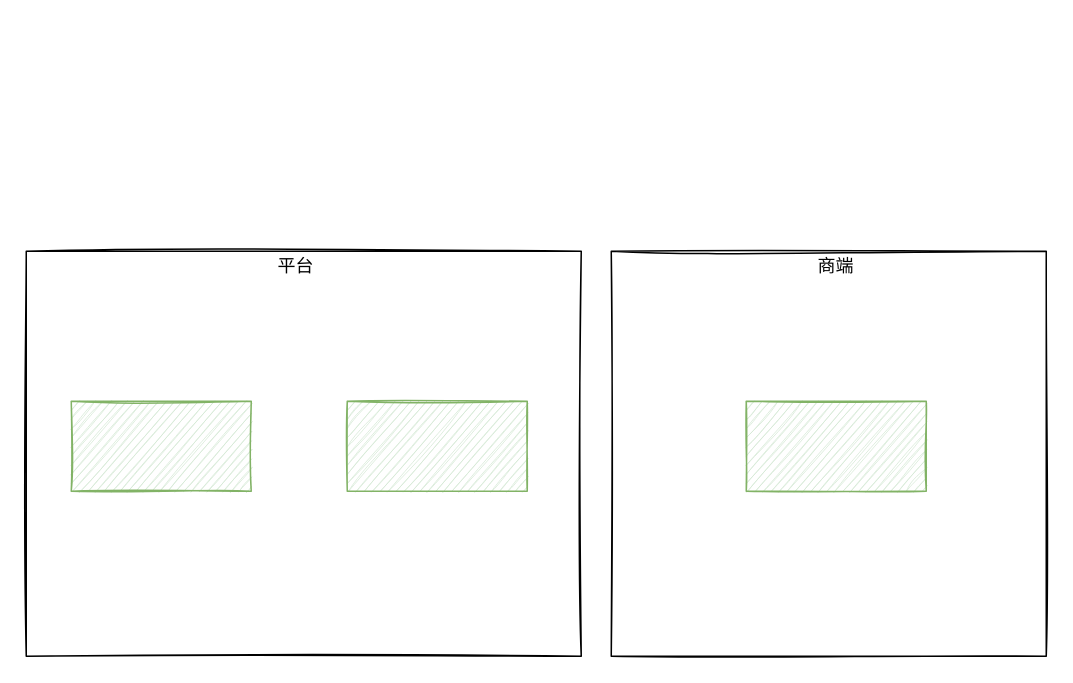
Before: page "Page-9" (9 of 9) of docs/租赁平台.drawio in lokiworks/codebase, a draw.io diagram. Source tidied: cells renumbered, new cells numbered last; positions are measured from the earlier drawing's top-left corner, leaving out a move shared by most shapes. Both pictures are drawn from the tidied source at 150%, with x=0, y=0 at pixel (26, 250).
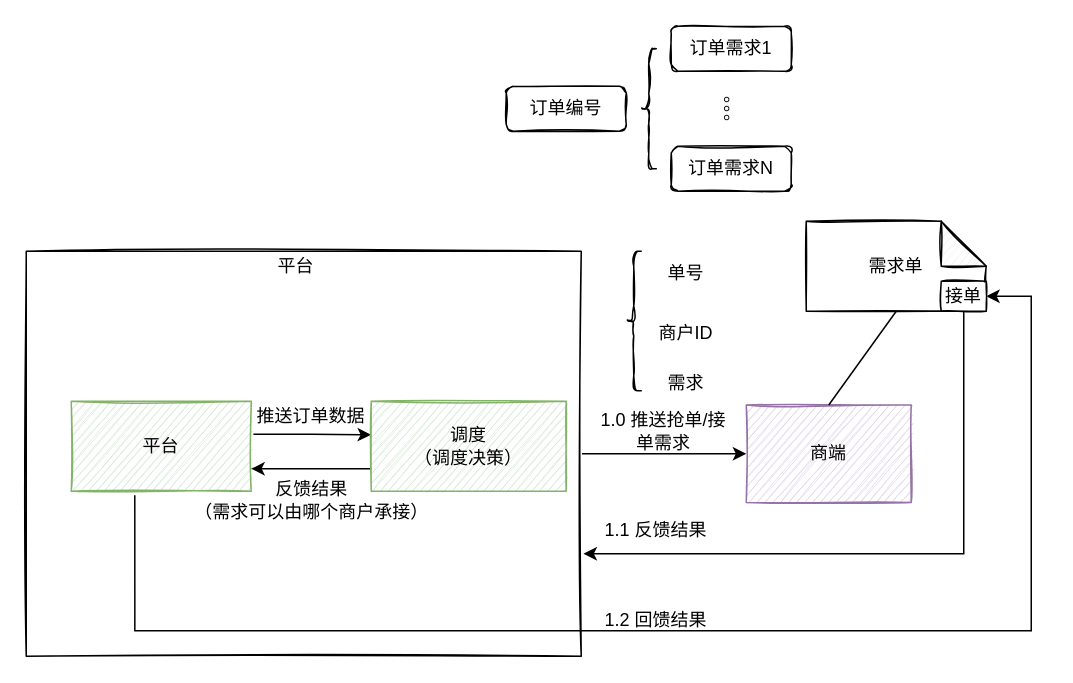
The same page after the edit.

The change refers to these unchanged cells:
```xml
<mxCell id="2" style="rounded=0;whiteSpace=wrap;html=1;sketch=1;" parent="1" vertex="1">
  <mxGeometry width="370" height="270" as="geometry" />
</mxCell>
```

What changed in the source:
```diff
@@
+    <mxCell id="9" style="edgeStyle=orthogonalEdgeStyle;rounded=0;jettySize=auto;html=1;" parent="1" edge="1" source="2" target="6">
+      <mxGeometry relative="1" as="geometry" />
+    </mxCell>
@@
+    <mxCell id="10" style="edgeStyle=orthogonalEdgeStyle;rounded=0;jettySize=auto;html=1;exitX=1.012;exitY=0.366;exitDx=0;exitDy=0;entryX=-0.001;entryY=0.373;entryDx=0;entryDy=0;entryPerimeter=0;exitPerimeter=0;" parent="1" edge="1" source="3" target="4">
+      <mxGeometry relative="1" as="geometry" />
+    </mxCell>
-    <mxCell id="3" style="rounded=0;whiteSpace=wrap;html=1;sketch=1;fillColor=#d5e8d4;strokeColor=#82b366;" parent="1" vertex="1">
+    <mxCell id="3" value="平台" style="rounded=0;whiteSpace=wrap;html=1;sketch=1;fillColor=#d5e8d4;strokeColor=#82b366;" parent="1" vertex="1">
       <mxGeometry x="30" y="100" width="120" height="60" as="geometry" />
     </mxCell>
+    <mxCell id="11" style="edgeStyle=orthogonalEdgeStyle;rounded=0;jettySize=auto;html=1;exitX=0;exitY=0.75;exitDx=0;exitDy=0;entryX=1;entryY=0.75;entryDx=0;entryDy=0;startArrow=none;startFill=0;endArrow=classic;endFill=1;" parent="1" edge="1" source="4" target="3">
+      <mxGeometry relative="1" as="geometry" />
+    </mxCell>
-    <mxCell id="4" style="rounded=0;whiteSpace=wrap;html=1;sketch=1;fillColor=#d5e8d4;strokeColor=#82b366;" parent="1" vertex="1">
-      <mxGeometry x="214" y="100" width="120" height="60" as="geometry" />
+    <mxCell id="4" value="调度&lt;br&gt;（调度决策）" style="rounded=0;whiteSpace=wrap;html=1;sketch=1;fillColor=#d5e8d4;strokeColor=#82b366;" parent="1" vertex="1">
+      <mxGeometry x="230" y="100" width="130" height="60" as="geometry" />
     </mxCell>
@@
-    <mxCell id="6" style="rounded=0;whiteSpace=wrap;html=1;sketch=1;" parent="1" vertex="1">
-      <mxGeometry x="390" width="290" height="270" as="geometry" />
+    <mxCell id="6" value="商端" style="rounded=0;whiteSpace=wrap;html=1;sketch=1;fillColor=#e1d5e7;strokeColor=#9673a6;" parent="1" vertex="1">
+      <mxGeometry x="480" y="102.5" width="110" height="65" as="geometry" />
     </mxCell>
-    <mxCell id="7" value="商端" style="text;html=1;strokeColor=none;fillColor=none;align=center;verticalAlign=middle;whiteSpace=wrap;rounded=0;" parent="1" vertex="1">
-      <mxGeometry x="510" width="60" height="20" as="geometry" />
-    </mxCell>
-    <mxCell id="8" style="rounded=0;whiteSpace=wrap;html=1;sketch=1;fillColor=#d5e8d4;strokeColor=#82b366;" parent="1" vertex="1">
-      <mxGeometry x="480" y="100" width="120" height="60" as="geometry" />
-    </mxCell>
+    <mxCell id="12" value="推送订单数据" style="text;html=1;strokeColor=none;fillColor=none;align=center;verticalAlign=middle;whiteSpace=wrap;rounded=0;sketch=1;" parent="1" vertex="1">
+      <mxGeometry x="150" y="100" width="80" height="20" as="geometry" />
+    </mxCell>
+    <mxCell id="13" value="1.0 推送抢单/接单需求" style="text;html=1;strokeColor=none;fillColor=none;align=center;verticalAlign=middle;whiteSpace=wrap;rounded=0;sketch=1;" parent="1" vertex="1">
+      <mxGeometry x="380" y="110" width="90" height="20" as="geometry" />
+    </mxCell>
+    <mxCell id="14" style="rounded=0;jettySize=auto;html=1;exitX=0.5;exitY=1;exitDx=0;exitDy=0;exitPerimeter=0;entryX=0.5;entryY=0;entryDx=0;entryDy=0;endArrow=none;endFill=0;" parent="1" edge="1" source="15" target="6">
+      <mxGeometry relative="1" as="geometry" />
+    </mxCell>
+    <mxCell id="15" value="需求单" style="shape=note;whiteSpace=wrap;html=1;backgroundOutline=1;darkOpacity=0.05;sketch=1;" parent="1" vertex="1">
+      <mxGeometry x="520" y="-20" width="120" height="60" as="geometry" />
+    </mxCell>
+    <mxCell id="16" style="edgeStyle=orthogonalEdgeStyle;rounded=0;jettySize=auto;html=1;exitX=0.5;exitY=1;exitDx=0;exitDy=0;entryX=1.004;entryY=0.747;entryDx=0;entryDy=0;entryPerimeter=0;endArrow=classic;endFill=1;" parent="1" edge="1" source="18" target="2">
+      <mxGeometry relative="1" as="geometry" />
+    </mxCell>
+    <mxCell id="17" style="edgeStyle=orthogonalEdgeStyle;rounded=0;jettySize=auto;html=1;entryX=0.353;entryY=1.044;entryDx=0;entryDy=0;entryPerimeter=0;endArrow=none;endFill=0;startArrow=classic;startFill=1;" parent="1" edge="1" source="18" target="3">
+      <mxGeometry relative="1" as="geometry">
+        <Array as="points">
+          <mxPoint x="670" y="30" />
+          <mxPoint x="670" y="253" />
+          <mxPoint x="72" y="253" />
+        </Array>
+      </mxGeometry>
+    </mxCell>
+    <mxCell id="18" value="接单" style="rounded=0;whiteSpace=wrap;html=1;sketch=1;" parent="1" vertex="1">
+      <mxGeometry x="610" y="20" width="30" height="20" as="geometry" />
+    </mxCell>
+    <mxCell id="19" value="1.1 反馈结果" style="text;html=1;strokeColor=none;fillColor=none;align=center;verticalAlign=middle;whiteSpace=wrap;rounded=0;sketch=1;" parent="1" vertex="1">
+      <mxGeometry x="380" y="170" width="80" height="32.5" as="geometry" />
+    </mxCell>
+    <mxCell id="20" value="1.2 回馈结果" style="text;html=1;strokeColor=none;fillColor=none;align=center;verticalAlign=middle;whiteSpace=wrap;rounded=0;sketch=1;" parent="1" vertex="1">
+      <mxGeometry x="380" y="230" width="80" height="32.5" as="geometry" />
+    </mxCell>
+    <mxCell id="21" style="shape=curlyBracket;whiteSpace=wrap;html=1;rounded=1;sketch=1;" parent="1" vertex="1">
+      <mxGeometry x="400" width="10" height="93" as="geometry" />
+    </mxCell>
+    <mxCell id="22" value="单号" style="text;html=1;strokeColor=none;fillColor=none;align=center;verticalAlign=middle;whiteSpace=wrap;rounded=0;sketch=1;" parent="1" vertex="1">
+      <mxGeometry x="410" width="60" height="30" as="geometry" />
+    </mxCell>
+    <mxCell id="23" value="商户ID" style="text;html=1;strokeColor=none;fillColor=none;align=center;verticalAlign=middle;whiteSpace=wrap;rounded=0;sketch=1;" parent="1" vertex="1">
+      <mxGeometry x="410" y="40" width="60" height="30" as="geometry" />
+    </mxCell>
+    <mxCell id="24" value="需求" style="text;html=1;strokeColor=none;fillColor=none;align=center;verticalAlign=middle;whiteSpace=wrap;rounded=0;sketch=1;" parent="1" vertex="1">
+      <mxGeometry x="410" y="72.5" width="60" height="30" as="geometry" />
+    </mxCell>
+    <mxCell id="25" value="反馈结果&lt;br&gt;（需求可以由哪个商户承接）" style="text;html=1;strokeColor=none;fillColor=none;align=center;verticalAlign=middle;whiteSpace=wrap;rounded=0;sketch=1;" parent="1" vertex="1">
+      <mxGeometry x="102.5" y="140" width="175" height="51.2" as="geometry" />
+    </mxCell>
+    <mxCell id="26" value="订单编号" style="rounded=1;whiteSpace=wrap;html=1;sketch=1;" parent="1" vertex="1">
+      <mxGeometry x="320" y="-110" width="80" height="30" as="geometry" />
+    </mxCell>
+    <mxCell id="27" style="shape=curlyBracket;whiteSpace=wrap;html=1;rounded=1;sketch=1;" parent="1" vertex="1">
+      <mxGeometry x="410" y="-135" width="10" height="80" as="geometry" />
+    </mxCell>
+    <mxCell id="28" value="订单需求1" style="rounded=1;whiteSpace=wrap;html=1;sketch=1;" parent="1" vertex="1">
+      <mxGeometry x="430" y="-150" width="80" height="30" as="geometry" />
+    </mxCell>
+    <mxCell id="29" value="订单需求N" style="rounded=1;whiteSpace=wrap;html=1;sketch=1;" parent="1" vertex="1">
+      <mxGeometry x="430" y="-70" width="80" height="30" as="geometry" />
+    </mxCell>
+    <mxCell id="30" value="。。。" style="text;html=1;strokeColor=none;fillColor=none;align=center;verticalAlign=middle;whiteSpace=wrap;rounded=0;sketch=1;rotation=90;" parent="1" vertex="1">
+      <mxGeometry x="440" y="-106" width="60" height="30" as="geometry" />
+    </mxCell>
```
